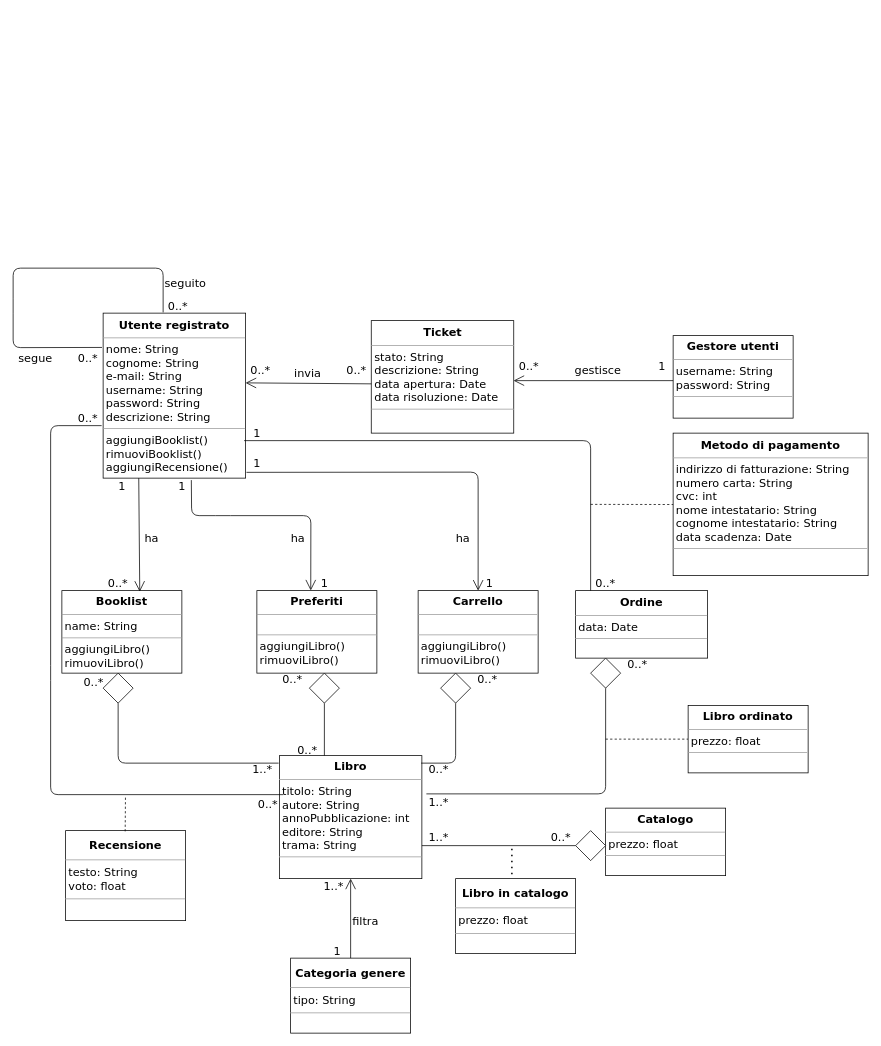
AleBarbados/NewSocialBookRepo keeps this draw.io diagram as Documenti/RAD/modello_ad_oggetti/class_diagram.drawio. Above is the earlier version. Source tidied: cells renumbered, new cells numbered last; positions are measured from the earlier drawing's top-left corner, leaving out a move shared by most shapes. Both pictures are drawn from the tidied source at 75%, with x=0, y=0 at pixel (13, 268).
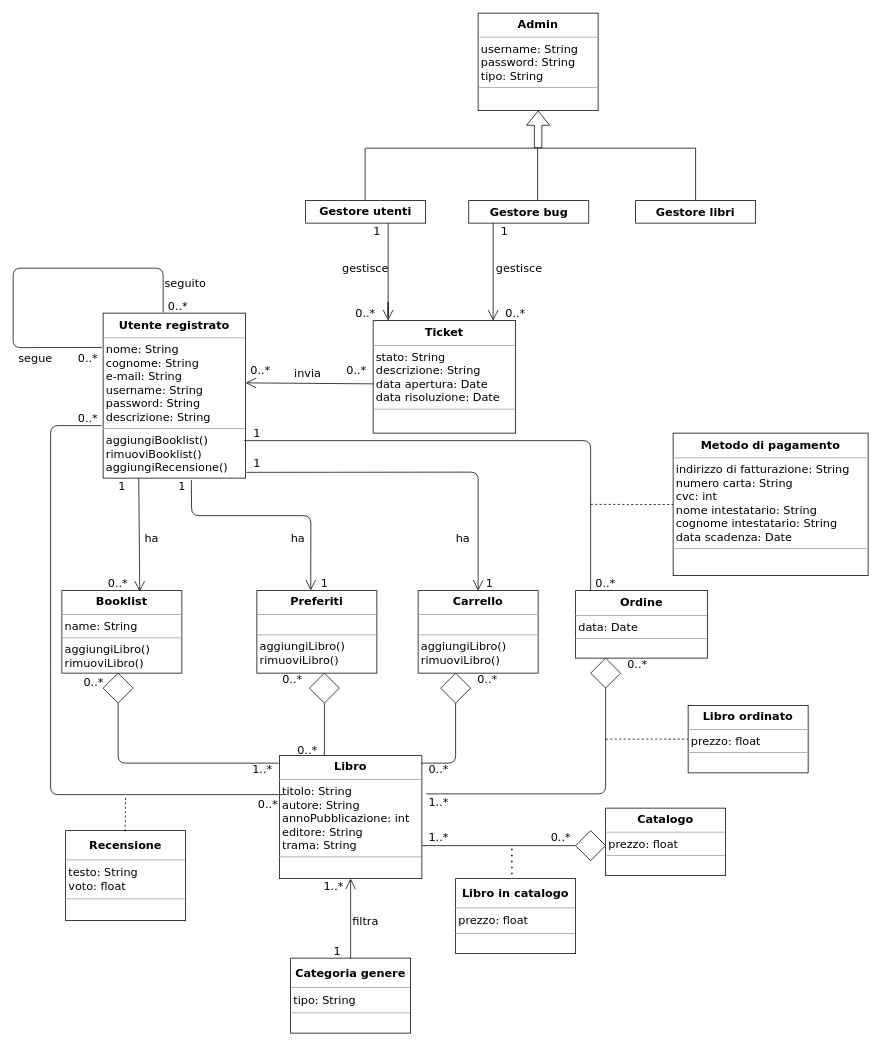
After the change.

Commit message (it also covers changes not shown here):
modifica ai sequence/class/use case diagram

The edit, as a diff of the source:
```diff
@@
-    <mxCell id="48" value="&lt;h2 style=&quot;margin: 0px ; margin-top: 4px ; text-align: center&quot;&gt;&lt;b&gt;&lt;font face=&quot;Verdana&quot; style=&quot;font-size: 15px&quot;&gt;Gestore utenti&lt;/font&gt;&lt;/b&gt;&lt;/h2&gt;&lt;hr size=&quot;1&quot;&gt;&lt;p style=&quot;margin: 0px ; margin-left: 4px&quot;&gt;&lt;font face=&quot;Verdana&quot; style=&quot;font-size: 15px&quot;&gt;username: String&lt;/font&gt;&lt;/p&gt;&lt;p style=&quot;margin: 0px ; margin-left: 4px&quot;&gt;&lt;font face=&quot;Verdana&quot; style=&quot;font-size: 15px&quot;&gt;password: String&lt;/font&gt;&lt;/p&gt;&lt;hr size=&quot;1&quot;&gt;&lt;p style=&quot;margin: 0px 0px 0px 4px ; font-size: 15px&quot;&gt;&lt;br&gt;&lt;/p&gt;" style="verticalAlign=top;align=left;overflow=fill;fontSize=12;fontFamily=Helvetica;html=1;" parent="1" vertex="1">
-      <mxGeometry x="880" y="90" width="160" height="110" as="geometry" />
-    </mxCell>
     <mxCell id="49" value="&lt;h2 style=&quot;margin: 0px ; margin-top: 4px ; text-align: center&quot;&gt;&lt;font face=&quot;Verdana&quot;&gt;&lt;span style=&quot;font-size: 15px&quot;&gt;Ticket&lt;/span&gt;&lt;/font&gt;&lt;/h2&gt;&lt;hr size=&quot;1&quot;&gt;&lt;p style=&quot;margin: 0px ; margin-left: 4px&quot;&gt;&lt;font face=&quot;Verdana&quot; style=&quot;font-size: 15px&quot;&gt;stato: String&lt;/font&gt;&lt;/p&gt;&lt;p style=&quot;margin: 0px ; margin-left: 4px&quot;&gt;&lt;font face=&quot;Verdana&quot; style=&quot;font-size: 15px&quot;&gt;descrizione: String&lt;/font&gt;&lt;/p&gt;&lt;p style=&quot;margin: 0px ; margin-left: 4px&quot;&gt;&lt;font face=&quot;Verdana&quot; style=&quot;font-size: 15px&quot;&gt;data apertura: Date&lt;/font&gt;&lt;/p&gt;&lt;p style=&quot;margin: 0px ; margin-left: 4px&quot;&gt;&lt;font face=&quot;Verdana&quot; style=&quot;font-size: 15px&quot;&gt;data risoluzione: Date&lt;/font&gt;&lt;/p&gt;&lt;hr size=&quot;1&quot;&gt;&lt;p style=&quot;margin: 0px 0px 0px 4px ; font-size: 15px&quot;&gt;&lt;br&gt;&lt;/p&gt;" style="verticalAlign=top;align=left;overflow=fill;fontSize=12;fontFamily=Helvetica;html=1;" parent="1" vertex="1">
-      <mxGeometry x="477.5" y="70" width="190" height="150" as="geometry" />
+      <mxGeometry x="480" y="70" width="190" height="150" as="geometry" />
     </mxCell>
@@
     <mxCell id="52" style="endArrow=open;endFill=1;endSize=12;html=1;fontFamily=Verdana;fontSize=15;" parent="1" edge="1">
       <mxGeometry relative="1" as="geometry">
-        <mxPoint x="880" y="150" as="sourcePoint" />
-        <mxPoint x="667.3" y="150" as="targetPoint" />
+        <mxPoint x="500" y="-60" as="sourcePoint" />
+        <mxPoint x="500" y="70" as="targetPoint" />
+        <Array as="points">
+          <mxPoint x="500" y="70" />
+          <mxPoint x="500" y="40" />
+        </Array>
       </mxGeometry>
     </mxCell>
     <mxCell id="53" value="&lt;font face=&quot;Verdana&quot; style=&quot;font-size: 15px&quot;&gt;gestisce&lt;/font&gt;" style="text;html=1;strokeColor=none;fillColor=none;align=center;verticalAlign=middle;whiteSpace=wrap;rounded=0;" parent="1" vertex="1">
-      <mxGeometry x="760" y="125" width="40" height="20" as="geometry" />
+      <mxGeometry x="450" y="-10" width="40" height="20" as="geometry" />
     </mxCell>
     <mxCell id="54" value="0..*" style="text;html=1;strokeColor=none;fillColor=none;align=center;verticalAlign=middle;whiteSpace=wrap;rounded=0;fontFamily=Verdana;fontSize=15;" parent="1" vertex="1">
-      <mxGeometry x="667.5" y="120" width="40" height="20" as="geometry" />
+      <mxGeometry x="450" y="50" width="40" height="20" as="geometry" />
     </mxCell>
     <mxCell id="55" value="1" style="text;html=1;align=center;verticalAlign=middle;fontSize=15;fontFamily=Verdana;" parent="1" vertex="1">
-      <mxGeometry x="850" y="120" width="30" height="20" as="geometry" />
+      <mxGeometry x="470" y="-60" width="30" height="20" as="geometry" />
     </mxCell>
@@
+    <mxCell id="75" value="&lt;h2 style=&quot;margin: 0px ; margin-top: 4px ; text-align: center&quot;&gt;&lt;b&gt;&lt;font face=&quot;Verdana&quot; style=&quot;font-size: 15px&quot;&gt;Admin&lt;/font&gt;&lt;/b&gt;&lt;/h2&gt;&lt;hr size=&quot;1&quot;&gt;&lt;p style=&quot;margin: 0px ; margin-left: 4px&quot;&gt;&lt;font face=&quot;Verdana&quot; style=&quot;font-size: 15px&quot;&gt;username: String&lt;/font&gt;&lt;/p&gt;&lt;p style=&quot;margin: 0px ; margin-left: 4px&quot;&gt;&lt;font face=&quot;Verdana&quot; style=&quot;font-size: 15px&quot;&gt;password: String&lt;/font&gt;&lt;/p&gt;&lt;p style=&quot;margin: 0px ; margin-left: 4px&quot;&gt;&lt;font face=&quot;Verdana&quot; style=&quot;font-size: 15px&quot;&gt;tipo: String&lt;/font&gt;&lt;/p&gt;&lt;hr size=&quot;1&quot;&gt;&lt;p style=&quot;margin: 0px 0px 0px 4px ; font-size: 15px&quot;&gt;&lt;br&gt;&lt;/p&gt;" style="verticalAlign=top;align=left;overflow=fill;fontSize=12;fontFamily=Helvetica;html=1;" parent="1" vertex="1">
+      <mxGeometry x="620" y="-340" width="160" height="130" as="geometry" />
+    </mxCell>
+    <mxCell id="76" value="&lt;h2 style=&quot;margin: 0px ; margin-top: 4px ; text-align: center&quot;&gt;&lt;b&gt;&lt;font face=&quot;Verdana&quot; style=&quot;font-size: 15px&quot;&gt;Gestore utenti&lt;/font&gt;&lt;/b&gt;&lt;/h2&gt;&lt;div&gt;&lt;b&gt;&lt;font face=&quot;Verdana&quot; style=&quot;font-size: 15px&quot;&gt;&lt;br&gt;&lt;/font&gt;&lt;/b&gt;&lt;/div&gt;" style="verticalAlign=top;align=left;overflow=fill;fontSize=12;fontFamily=Helvetica;html=1;" parent="1" vertex="1">
+      <mxGeometry x="390" y="-90" width="160" height="30" as="geometry" />
+    </mxCell>
+    <mxCell id="77" value="&lt;h2 style=&quot;margin: 0px ; margin-top: 4px ; text-align: center&quot;&gt;&lt;font face=&quot;Verdana&quot;&gt;&lt;span style=&quot;font-size: 15px&quot;&gt;Gestore bug&lt;/span&gt;&lt;/font&gt;&lt;/h2&gt;" style="verticalAlign=top;align=left;overflow=fill;fontSize=12;fontFamily=Helvetica;html=1;" parent="1" vertex="1">
+      <mxGeometry x="607.5" y="-90" width="160" height="30" as="geometry" />
+    </mxCell>
+    <mxCell id="78" value="&lt;h2 style=&quot;margin: 0px ; margin-top: 4px ; text-align: center&quot;&gt;&lt;font face=&quot;Verdana&quot;&gt;&lt;span style=&quot;font-size: 15px&quot;&gt;Gestore libri&lt;/span&gt;&lt;/font&gt;&lt;/h2&gt;" style="verticalAlign=top;align=left;overflow=fill;fontSize=12;fontFamily=Helvetica;html=1;" parent="1" vertex="1">
+      <mxGeometry x="830" y="-90" width="160" height="30" as="geometry" />
+    </mxCell>
+    <mxCell id="79" style="endArrow=open;endFill=1;endSize=12;html=1;fontFamily=Verdana;fontSize=15;" parent="1" edge="1">
+      <mxGeometry relative="1" as="geometry">
+        <mxPoint x="640" y="-60" as="sourcePoint" />
+        <mxPoint x="640" y="70" as="targetPoint" />
+        <Array as="points">
+          <mxPoint x="640" y="70" />
+        </Array>
+      </mxGeometry>
+    </mxCell>
+    <mxCell id="80" style="shape=flexArrow;endArrow=classic;html=1;entryX=0.5;entryY=1;entryDx=0;entryDy=0;" parent="1" edge="1" target="75">
+      <mxGeometry relative="1" as="geometry">
+        <mxPoint x="700" y="-160" as="sourcePoint" />
+      </mxGeometry>
+    </mxCell>
+    <mxCell id="81" style="endArrow=none;html=1;" parent="1" edge="1">
+      <mxGeometry relative="1" as="geometry">
+        <mxPoint x="470" y="-160" as="sourcePoint" />
+        <mxPoint x="910" y="-160" as="targetPoint" />
+      </mxGeometry>
+    </mxCell>
+    <mxCell id="82" style="endArrow=none;html=1;exitX=0.5;exitY=0;exitDx=0;exitDy=0;" parent="1" edge="1" source="78">
+      <mxGeometry relative="1" as="geometry">
+        <mxPoint x="910" y="-160" as="targetPoint" />
+      </mxGeometry>
+    </mxCell>
+    <mxCell id="83" style="endArrow=none;html=1;exitX=0.5;exitY=0;exitDx=0;exitDy=0;" parent="1" edge="1">
+      <mxGeometry relative="1" as="geometry">
+        <mxPoint x="699.3" y="-90" as="sourcePoint" />
+        <mxPoint x="699.3" y="-160" as="targetPoint" />
+      </mxGeometry>
+    </mxCell>
+    <mxCell id="84" style="endArrow=none;html=1;exitX=0.5;exitY=0;exitDx=0;exitDy=0;" parent="1" edge="1">
+      <mxGeometry relative="1" as="geometry">
+        <mxPoint x="469.3" y="-90" as="sourcePoint" />
+        <mxPoint x="469.3" y="-160" as="targetPoint" />
+      </mxGeometry>
+    </mxCell>
+    <mxCell id="85" value="&lt;font face=&quot;Verdana&quot; style=&quot;font-size: 15px&quot;&gt;gestisce&lt;/font&gt;" style="text;html=1;strokeColor=none;fillColor=none;align=center;verticalAlign=middle;whiteSpace=wrap;rounded=0;" parent="1" vertex="1">
+      <mxGeometry x="655" y="-10" width="40" height="20" as="geometry" />
+    </mxCell>
+    <mxCell id="86" value="0..*" style="text;html=1;strokeColor=none;fillColor=none;align=center;verticalAlign=middle;whiteSpace=wrap;rounded=0;fontFamily=Verdana;fontSize=15;" parent="1" vertex="1">
+      <mxGeometry x="650" y="50" width="40" height="20" as="geometry" />
+    </mxCell>
+    <mxCell id="87" value="1" style="text;html=1;align=center;verticalAlign=middle;fontSize=15;fontFamily=Verdana;" parent="1" vertex="1">
+      <mxGeometry x="640" y="-60" width="30" height="20" as="geometry" />
+    </mxCell>
```
